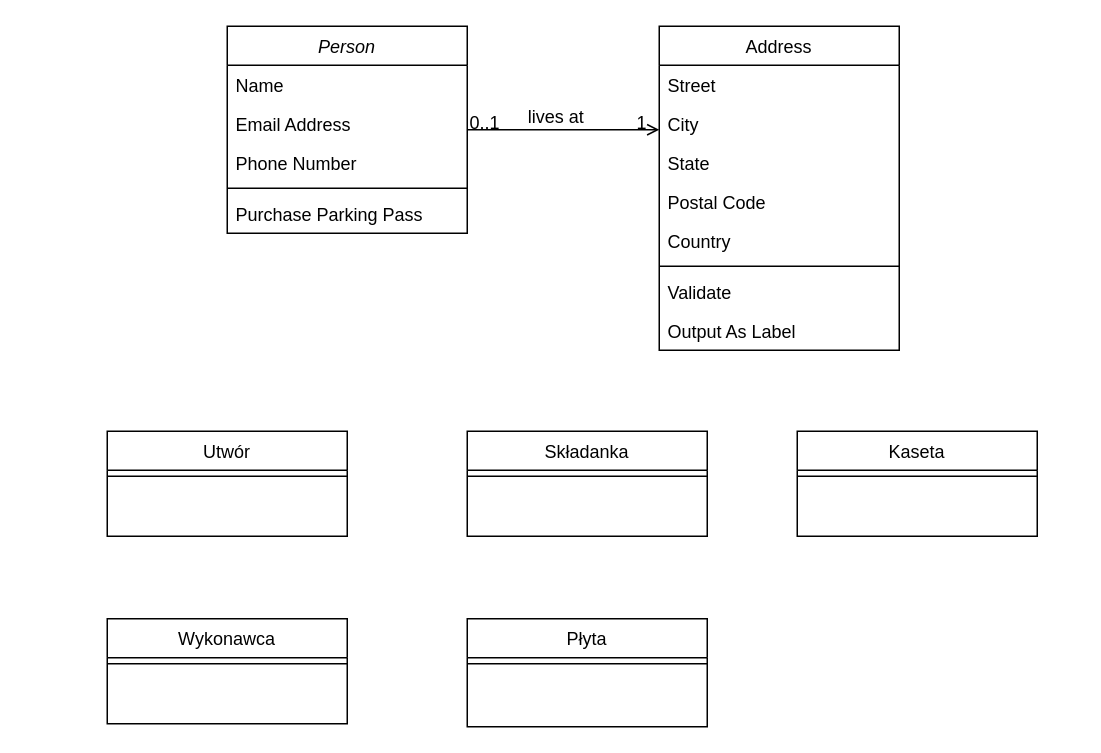
This is Diagram_klas.drawio from MichjuX/UML_Diagrams, a draw.io file, before an edit. Source tidied: cells renumbered, new cells numbered last; positions are measured from the earlier drawing's top-left corner, leaving out a move shared by most shapes. Both pictures are drawn from the tidied source at 150%, with x=0, y=0 at pixel (106, 26).
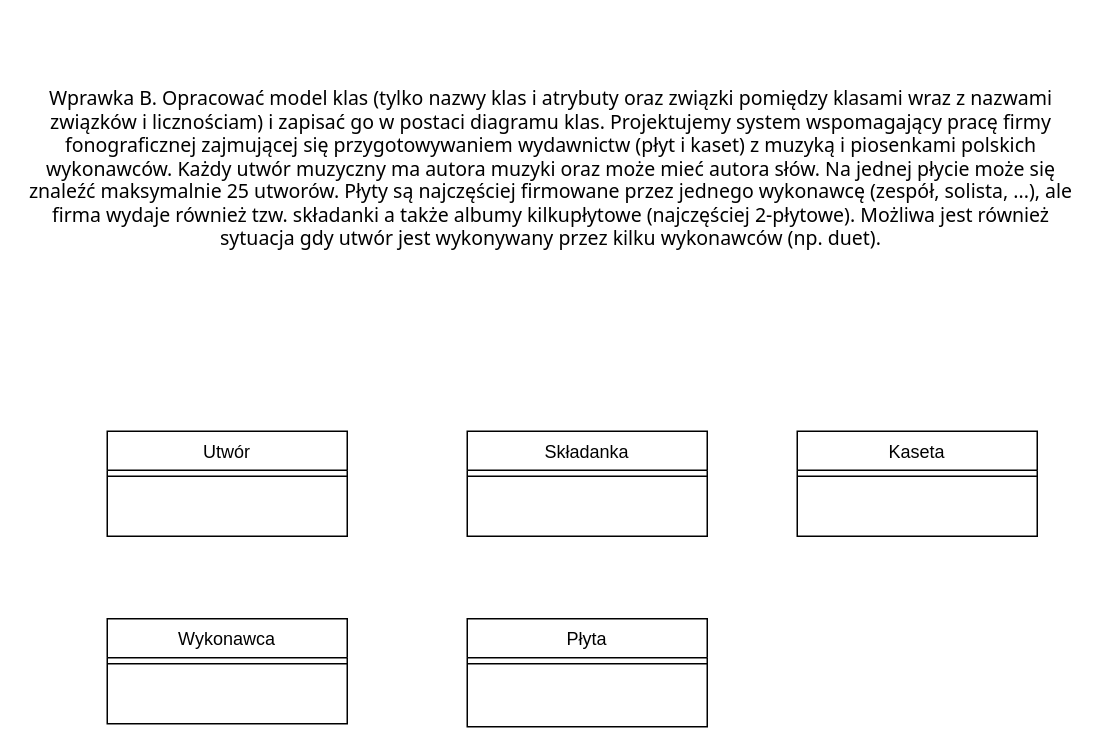
The same page after the edit.

The edit, as a diff of the source:
```diff
@@
-    <mxCell id="2" value="Person" style="swimlane;fontStyle=2;align=center;verticalAlign=top;horizontal=1;startSize=26;rounded=0;shadow=0;strokeWidth=1;" parent="1" vertex="1">
-      <mxGeometry x="80" width="160" height="138" as="geometry" />
-    </mxCell>
-    <mxCell id="3" value="Name" style="text;align=left;verticalAlign=top;spacingLeft=4;spacingRight=4;overflow=hidden;" parent="2" vertex="1">
-      <mxGeometry y="26" width="160" height="26" as="geometry" />
-    </mxCell>
-    <mxCell id="4" value="Email Address" style="text;align=left;verticalAlign=top;spacingLeft=4;spacingRight=4;overflow=hidden;rounded=0;shadow=0;html=0;" parent="2" vertex="1">
-      <mxGeometry y="52" width="160" height="26" as="geometry" />
-    </mxCell>
-    <mxCell id="5" value="Phone Number" style="text;align=left;verticalAlign=top;spacingLeft=4;spacingRight=4;overflow=hidden;rounded=0;shadow=0;html=0;" parent="2" vertex="1">
-      <mxGeometry y="78" width="160" height="26" as="geometry" />
-    </mxCell>
-    <mxCell id="6" style="line;html=1;strokeWidth=1;align=left;verticalAlign=middle;spacingTop=-1;spacingLeft=3;spacingRight=3;labelPosition=right;" parent="2" vertex="1">
-      <mxGeometry y="104" width="160" height="8" as="geometry" />
-    </mxCell>
-    <mxCell id="7" value="Purchase Parking Pass" style="text;align=left;verticalAlign=top;spacingLeft=4;spacingRight=4;overflow=hidden;" parent="2" vertex="1">
-      <mxGeometry y="112" width="160" height="26" as="geometry" />
-    </mxCell>
@@
-    <mxCell id="10" value="Address" style="swimlane;fontStyle=0;align=center;verticalAlign=top;horizontal=1;startSize=26;rounded=0;shadow=0;strokeWidth=1;" parent="1" vertex="1">
-      <mxGeometry x="368" width="160" height="216" as="geometry" />
-    </mxCell>
-    <mxCell id="11" value="Street" style="text;align=left;verticalAlign=top;spacingLeft=4;spacingRight=4;overflow=hidden;" parent="10" vertex="1">
-      <mxGeometry y="26" width="160" height="26" as="geometry" />
-    </mxCell>
-    <mxCell id="12" value="City" style="text;align=left;verticalAlign=top;spacingLeft=4;spacingRight=4;overflow=hidden;rounded=0;shadow=0;html=0;" parent="10" vertex="1">
-      <mxGeometry y="52" width="160" height="26" as="geometry" />
-    </mxCell>
-    <mxCell id="13" value="State" style="text;align=left;verticalAlign=top;spacingLeft=4;spacingRight=4;overflow=hidden;rounded=0;shadow=0;html=0;" parent="10" vertex="1">
-      <mxGeometry y="78" width="160" height="26" as="geometry" />
-    </mxCell>
-    <mxCell id="14" value="Postal Code" style="text;align=left;verticalAlign=top;spacingLeft=4;spacingRight=4;overflow=hidden;rounded=0;shadow=0;html=0;" parent="10" vertex="1">
-      <mxGeometry y="104" width="160" height="26" as="geometry" />
-    </mxCell>
-    <mxCell id="15" value="Country" style="text;align=left;verticalAlign=top;spacingLeft=4;spacingRight=4;overflow=hidden;rounded=0;shadow=0;html=0;" parent="10" vertex="1">
-      <mxGeometry y="130" width="160" height="26" as="geometry" />
-    </mxCell>
-    <mxCell id="16" style="line;html=1;strokeWidth=1;align=left;verticalAlign=middle;spacingTop=-1;spacingLeft=3;spacingRight=3;labelPosition=right;" parent="10" vertex="1">
-      <mxGeometry y="156" width="160" height="8" as="geometry" />
-    </mxCell>
-    <mxCell id="17" value="Validate" style="text;align=left;verticalAlign=top;spacingLeft=4;spacingRight=4;overflow=hidden;" parent="10" vertex="1">
-      <mxGeometry y="164" width="160" height="26" as="geometry" />
-    </mxCell>
-    <mxCell id="18" value="Output As Label" style="text;align=left;verticalAlign=top;spacingLeft=4;spacingRight=4;overflow=hidden;" parent="10" vertex="1">
-      <mxGeometry y="190" width="160" height="26" as="geometry" />
-    </mxCell>
-    <mxCell id="19" style="endArrow=open;shadow=0;strokeWidth=1;rounded=0;curved=0;endFill=1;edgeStyle=elbowEdgeStyle;elbow=vertical;" parent="1" edge="1" source="2" target="10">
-      <mxGeometry x="0.5" y="41" relative="1" as="geometry">
-        <mxPoint x="-40" y="32" as="offset" />
-      </mxGeometry>
-    </mxCell>
-    <mxCell id="20" value="0..1" style="align=left;verticalAlign=bottom;labelBackgroundColor=none;fontSize=12;" parent="19" vertex="1">
-      <mxGeometry x="-1" relative="1" as="geometry">
-        <mxPoint y="4" as="offset" />
-      </mxGeometry>
-    </mxCell>
-    <mxCell id="21" value="1" style="align=right;verticalAlign=bottom;labelBackgroundColor=none;fontSize=12;" parent="19" vertex="1">
-      <mxGeometry x="1" relative="1" as="geometry">
-        <mxPoint x="-7" y="4" as="offset" />
-      </mxGeometry>
-    </mxCell>
-    <mxCell id="22" value="lives at" style="text;html=1;align=center;verticalAlign=middle;labelBackgroundColor=none;rounded=0;shadow=0;strokeWidth=1;fontSize=12;" parent="19" vertex="1">
-      <mxGeometry x="0.5" y="49" relative="1" as="geometry">
-        <mxPoint x="-38" y="40" as="offset" />
-      </mxGeometry>
-    </mxCell>
@@
+    <mxCell id="31" value="&lt;span style=&quot;font-size: small; text-align: start;&quot;&gt;&lt;font face=&quot;Tahoma&quot;&gt;Wprawka B. Opracować model klas (tylko nazwy klas i atrybuty oraz związki pomiędzy klasami wraz z nazwami związków i licznościam) i zapisać go w postaci diagramu klas. Projektujemy system wspomagający pracę firmy fonograficznej zajmującej się przygotowywaniem wydawnictw (płyt i kaset) z muzyką i piosenkami polskich wykonawców. Każdy utwór muzyczny ma autora muzyki oraz może mieć autora słów. Na jednej płycie może się znaleźć maksymalnie 25 utworów. Płyty są najczęściej firmowane przez jednego wykonawcę (zespół, solista, ...), ale firma wydaje również tzw. składanki a także albumy kilkupłytowe (najczęściej 2-płytowe). Możliwa jest również sytuacja gdy utwór jest wykonywany przez kilku wykonawców (np. duet).&lt;/font&gt;&lt;/span&gt;" style="text;html=1;align=center;verticalAlign=middle;whiteSpace=wrap;rounded=0;" parent="1" vertex="1">
+      <mxGeometry x="-54" y="80" width="700" height="30" as="geometry" />
+    </mxCell>
```
